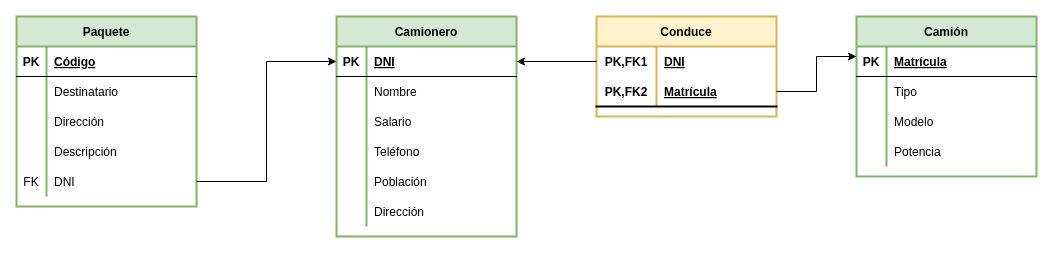
Earlier version of the draw.io diagram Tablas/Tarea 4.drawio (Carball04/Trabajos-E-R). Source tidied: cells renumbered, new cells numbered last; positions are measured from the earlier drawing's top-left corner, leaving out a move shared by most shapes. Both pictures are drawn from the tidied source at 100%, with x=0, y=0 at pixel (16, 16).
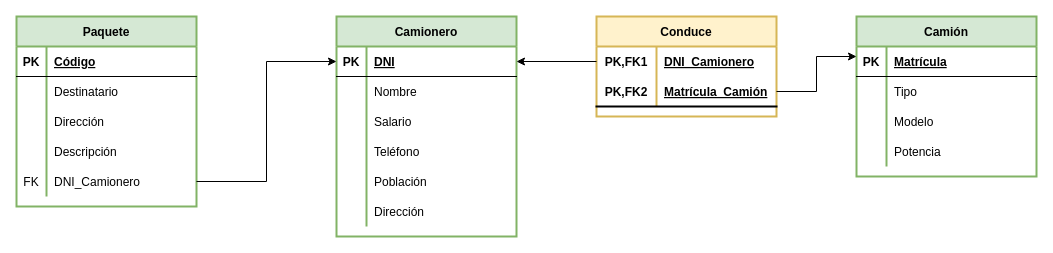
The same page after the edit.

Unchanged cells that the change refers to:
```xml
<mxCell id="15" style="shape=tableRow;horizontal=0;startSize=0;swimlaneHead=0;swimlaneBody=0;fillColor=none;points=[[0,0.5],[1,0.5]];portConstraint=eastwest;top=0;left=0;right=0;bottom=0;strokeWidth=2;" parent="2" vertex="1">
  <mxGeometry y="150" width="180" height="30" as="geometry" />
</mxCell>
<mxCell id="39" style="shape=tableRow;horizontal=0;startSize=0;swimlaneHead=0;swimlaneBody=0;fillColor=none;points=[[0,0.5],[1,0.5]];portConstraint=eastwest;top=0;left=0;right=0;bottom=0;strokeWidth=2;" parent="38" vertex="1">
  <mxGeometry y="30" width="180" height="30" as="geometry" />
</mxCell>
<mxCell id="42" style="shape=tableRow;horizontal=0;startSize=0;swimlaneHead=0;swimlaneBody=0;fillColor=none;points=[[0,0.5],[1,0.5]];portConstraint=eastwest;top=0;left=0;right=0;bottom=1;strokeWidth=2;" parent="38" vertex="1">
  <mxGeometry y="60" width="180" height="30" as="geometry" />
</mxCell>
```

Diff of the diagram source:
```diff
@@
-    <mxCell id="17" value="DNI" style="shape=partialRectangle;fillColor=none;top=0;left=0;bottom=0;right=0;align=left;spacingLeft=6;fontStyle=0;overflow=hidden;strokeWidth=2;" parent="15" vertex="1">
+    <mxCell id="17" value="DNI_Camionero" style="shape=partialRectangle;fillColor=none;top=0;left=0;bottom=0;right=0;align=left;spacingLeft=6;fontStyle=0;overflow=hidden;strokeWidth=2;" parent="15" vertex="1">
       <mxGeometry x="30" width="150" height="30" as="geometry" />
     </mxCell>
@@
-    <mxCell id="41" value="DNI" style="shape=partialRectangle;fillColor=none;top=0;left=0;bottom=0;right=0;align=left;spacingLeft=6;fontStyle=5;overflow=hidden;strokeWidth=2;" parent="39" vertex="1">
+    <mxCell id="41" value="DNI_Camionero" style="shape=partialRectangle;fillColor=none;top=0;left=0;bottom=0;right=0;align=left;spacingLeft=6;fontStyle=5;overflow=hidden;strokeWidth=2;" parent="39" vertex="1">
       <mxGeometry x="60" width="120" height="30" as="geometry" />
     </mxCell>
@@
-    <mxCell id="44" value="Matrícula" style="shape=partialRectangle;fillColor=none;top=0;left=0;bottom=0;right=0;align=left;spacingLeft=6;fontStyle=5;overflow=hidden;strokeWidth=2;" parent="42" vertex="1">
+    <mxCell id="44" value="Matrícula_Camión" style="shape=partialRectangle;fillColor=none;top=0;left=0;bottom=0;right=0;align=left;spacingLeft=6;fontStyle=5;overflow=hidden;strokeWidth=2;" parent="42" vertex="1">
       <mxGeometry x="60" width="120" height="30" as="geometry" />
     </mxCell>
```
